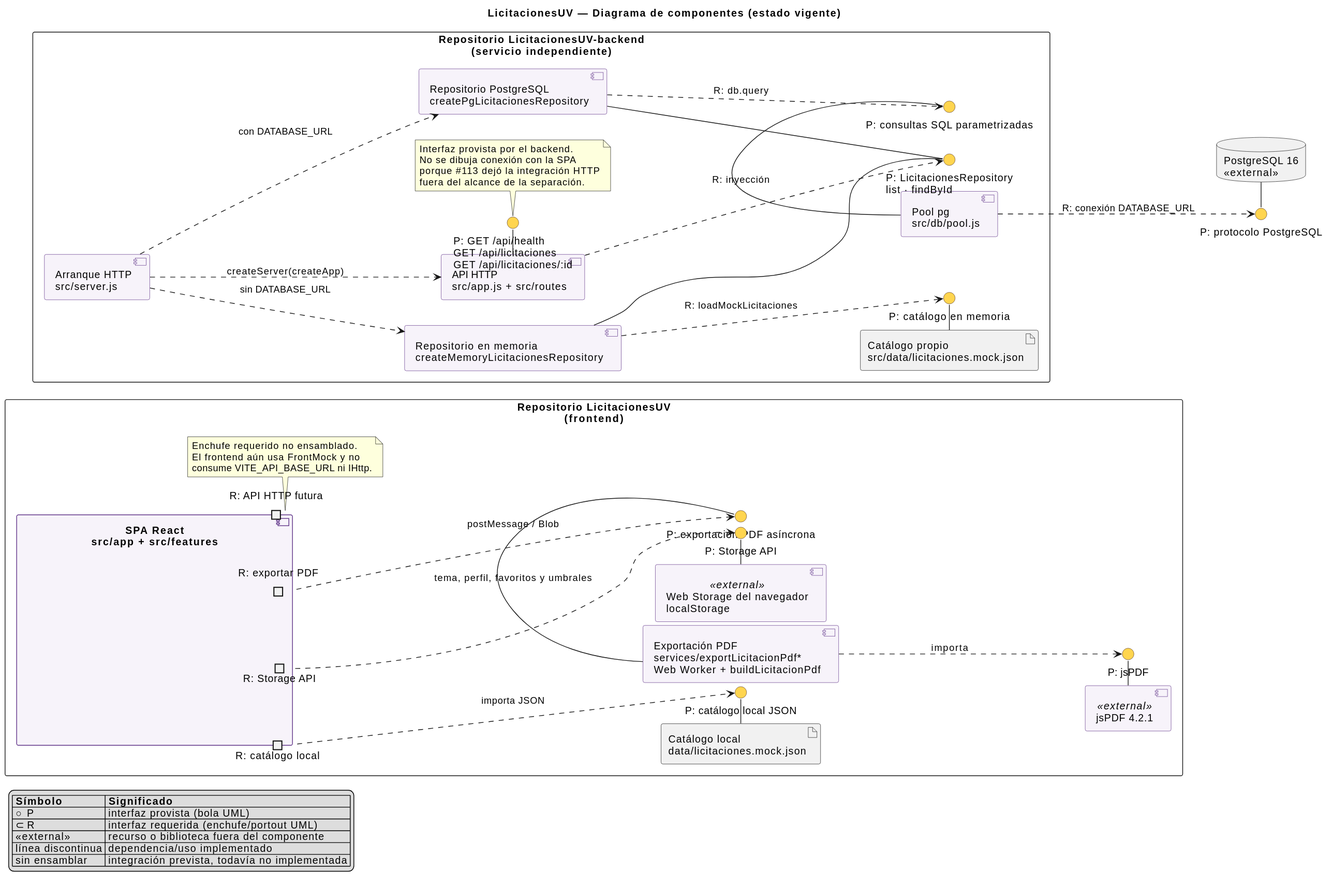
Earlier version of the PlantUML export docs/modelado/4-componentes.svg (Wilson-Jara/LicitacionesUV).
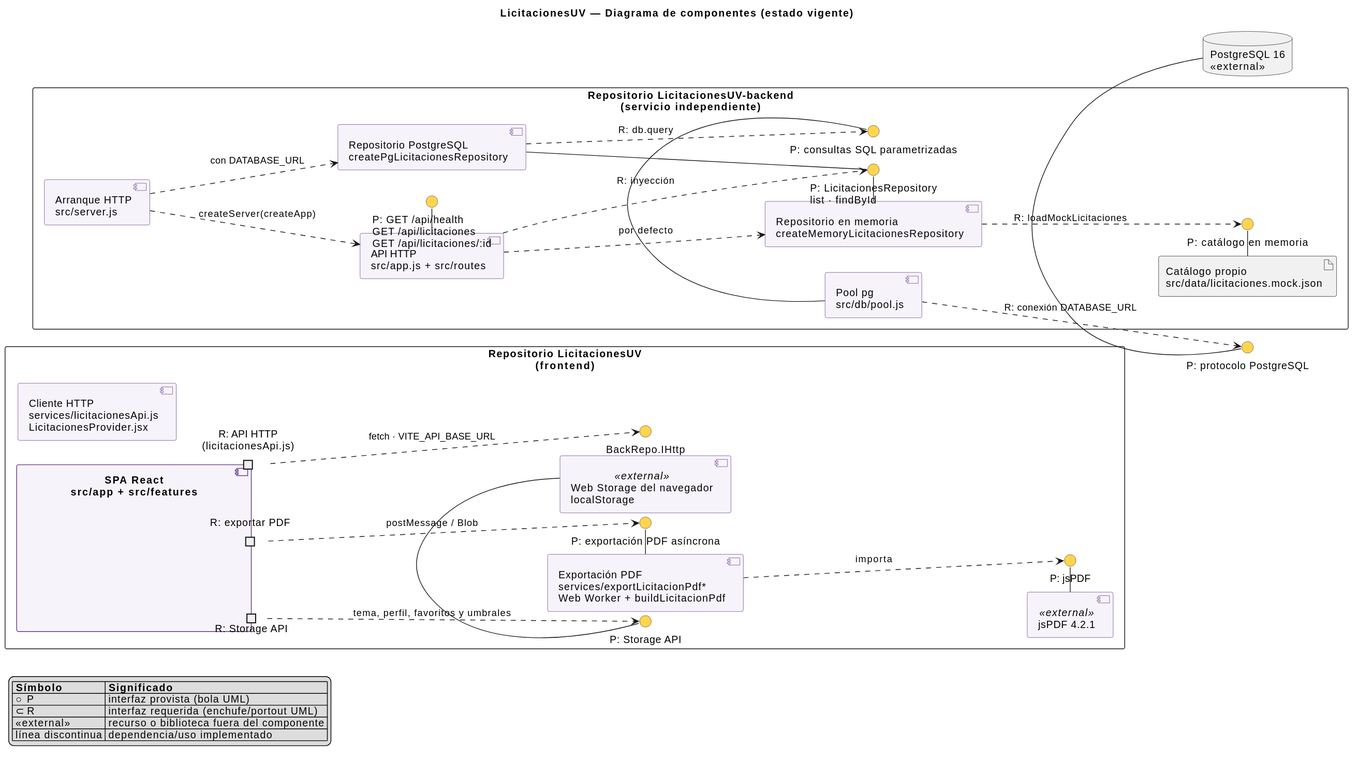
After the commit.

Commit message:
docs: conecta diagrama con la API vigente

The edit, as a diff of the source:
```diff
@@ -21,41 +21,31 @@
   | ⊂ R | interfaz requerida (enchufe/portout UML) |
   | <<external>> | recurso o biblioteca fuera del componente |
   | línea discontinua | dependencia/uso implementado |
-  | sin ensamblar | integración prevista, todavía no implementada |
 endlegend
 
 package "Repositorio LicitacionesUV\n(frontend)" as FrontRepo {
   component "SPA React\nsrc/app + src/features" as SPA {
-    portout "R: catálogo local" as RLocalCatalog
     portout "R: Storage API" as RStorage
     portout "R: exportar PDF" as RPdf
-    portout "R: API HTTP futura" as RHttpFuture
+    portout "R: API HTTP\n(licitacionesApi.js)" as RHttp
   }
 
+  component "Cliente HTTP\nservices/licitacionesApi.js\nLicitacionesProvider.jsx" as HttpClient
   component "Exportación PDF\nservices/exportLicitacionPdf*\nWeb Worker + buildLicitacionPdf" as PdfExport
   component "jsPDF 4.2.1" as JsPdf <<external>>
   component "Web Storage del navegador\nlocalStorage" as LocalStorage <<external>>
-  artifact "Catálogo local\ndata/licitaciones.mock.json" as FrontMock
 
-  () "P: catálogo local JSON" as ILocalCatalog
   () "P: exportación PDF asíncrona" as IPdf
   () "P: jsPDF" as IJsPdf
   () "P: Storage API" as IStorage
 
-  FrontMock - ILocalCatalog
-  RLocalCatalog ..> ILocalCatalog : importa JSON
   PdfExport - IPdf
   RPdf ..> IPdf : postMessage / Blob
   JsPdf - IJsPdf
   PdfExport ..> IJsPdf : importa
   LocalStorage - IStorage
   RStorage ..> IStorage : tema, perfil, favoritos y umbrales
-
-  note bottom of RHttpFuture
-    Enchufe requerido no ensamblado.
-    El frontend aún usa FrontMock y no
-    consume VITE_API_BASE_URL ni IHttp.
-  end note
+  RHttp ..> BackRepo.IHttp : fetch · VITE_API_BASE_URL
 }
 
 package "Repositorio LicitacionesUV-backend\n(servicio independiente)" as BackRepo {
@@ -66,10 +56,10 @@
   component "Pool pg\nsrc/db/pool.js" as PgPool
   artifact "Catálogo propio\nsrc/data/licitaciones.mock.json" as BackMock
 
-  () "P: GET /api/health\nGET /api/licitaciones\nGET /api/licitaciones/:id" as IHttp
   () "P: LicitacionesRepository\nlist · findById" as IRepository
   () "P: catálogo en memoria" as IMemoryCatalog
   () "P: consultas SQL parametrizadas" as ISqlClient
+  () "P: GET /api/health\nGET /api/licitaciones\nGET /api/licitaciones/:id" as IHttp
 
   Api - IHttp
   Server ..> Api : createServer(createApp)
@@ -80,15 +70,8 @@
   MemoryRepo ..> IMemoryCatalog : R: loadMockLicitaciones
   PgRepo ..> ISqlClient : R: db.query
   PgPool - ISqlClient
-  Server ..> MemoryRepo : sin DATABASE_URL
+  Api ..> MemoryRepo : por defecto
   Server ..> PgRepo : con DATABASE_URL
-
-  note bottom of IHttp
-    Interfaz provista por el backend.
-    No se dibuja conexión con la SPA
-    porque #113 dejó la integración HTTP
-    fuera del alcance de la separación.
-  end note
 }
 
 database "PostgreSQL 16\n<<external>>" as PostgreSQL
```
